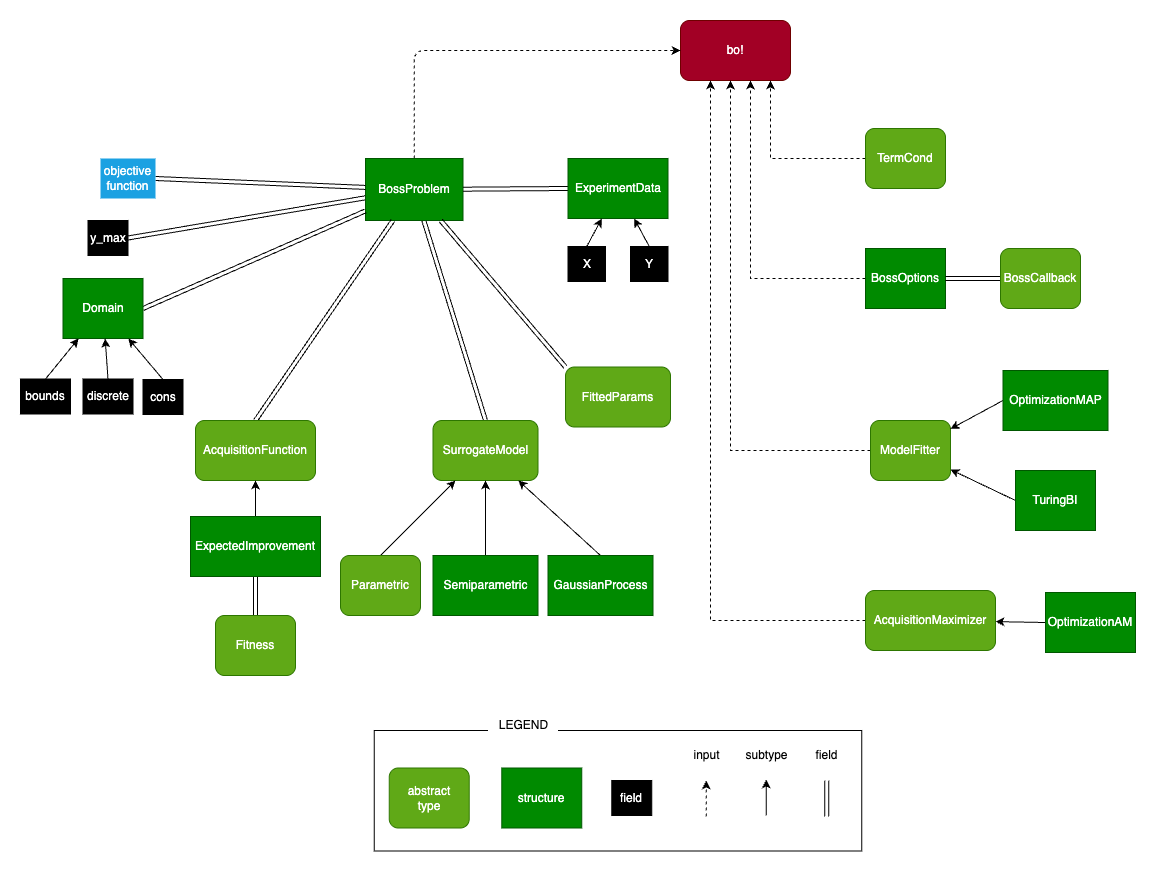
The draw.io diagram docs/src/img/boss_inputs.drawio.png in soldasim/BOSS.jl, before a commit. Source tidied: cells renumbered, new cells last; positions are measured from the earlier drawing's top-left corner, leaving out a move shared by most shapes.
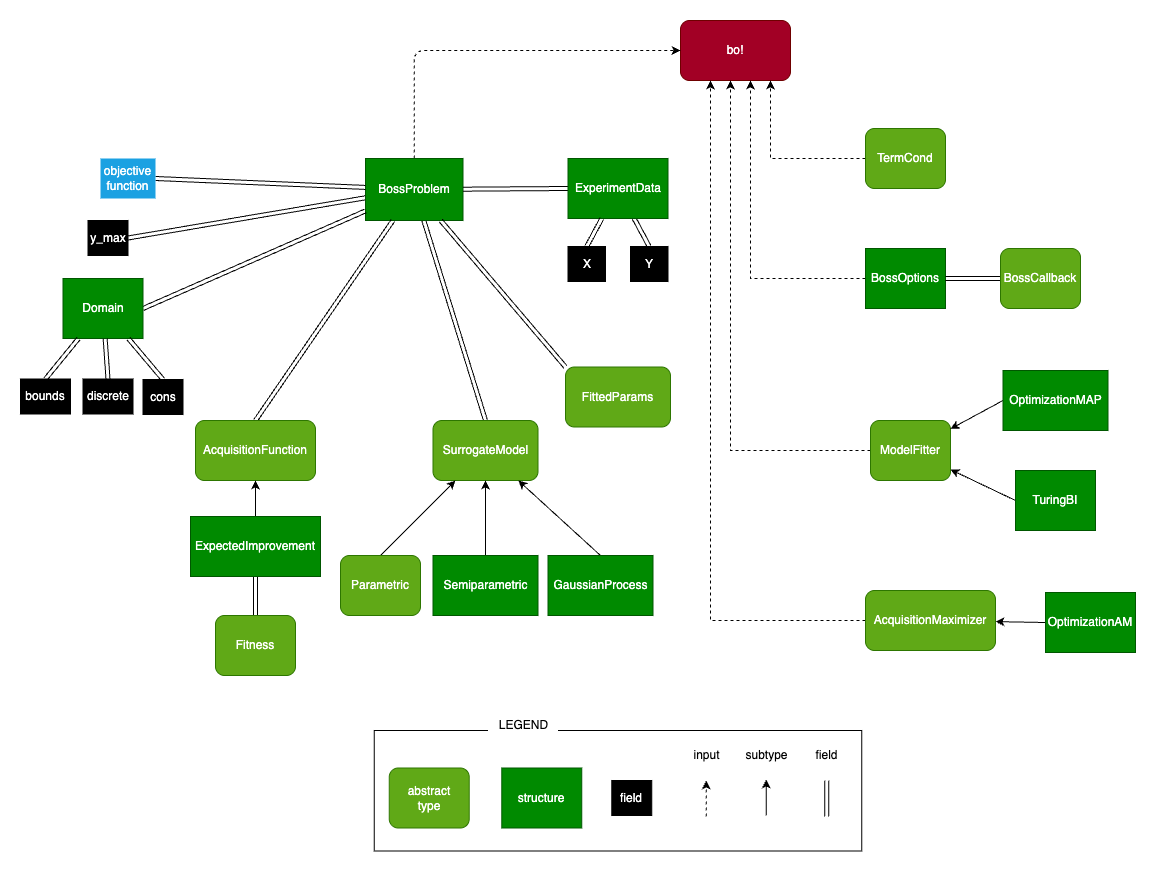
The same diagram one commit later.

Commit message:
fix docs input diagram

The edit, as a diff of the source:
```diff
@@ -73,7 +73,7 @@
     <mxCell id="22" value="TuringBI" style="rounded=0;whiteSpace=wrap;html=1;fillColor=#008a00;fontColor=#ffffff;strokeColor=#005700;" parent="1" vertex="1">
       <mxGeometry x="995" y="450" width="80" height="60" as="geometry" />
     </mxCell>
-    <mxCell id="23" style="rounded=0;jettySize=auto;html=1;exitX=0.5;exitY=0;exitDx=0;exitDy=0;" parent="1" edge="1" source="24" target="32">
+    <mxCell id="23" style="rounded=0;jettySize=auto;html=1;exitX=0.5;exitY=0;exitDx=0;exitDy=0;shape=link;" parent="1" edge="1" source="24" target="32">
       <mxGeometry relative="1" as="geometry" />
     </mxCell>
     <mxCell id="24" value="Y" style="rounded=0;whiteSpace=wrap;labelBackgroundColor=none;fontColor=#FFFFFF;fillStyle=solid;fillColor=#000000;" parent="1" vertex="1">
@@ -139,19 +139,19 @@
     <mxCell id="40" value="Domain" style="rounded=0;whiteSpace=wrap;html=1;fillColor=#008a00;fontColor=#ffffff;strokeColor=#005700;" parent="1" vertex="1">
       <mxGeometry x="42.5" y="258" width="80" height="60" as="geometry" />
     </mxCell>
-    <mxCell id="41" style="rounded=0;jettySize=auto;html=1;exitX=0.5;exitY=0;exitDx=0;exitDy=0;" parent="1" edge="1" source="42" target="40">
+    <mxCell id="41" style="rounded=0;jettySize=auto;html=1;exitX=0.5;exitY=0;exitDx=0;exitDy=0;shape=link;" parent="1" edge="1" source="42" target="40">
       <mxGeometry relative="1" as="geometry" />
     </mxCell>
     <mxCell id="42" value="bounds" style="rounded=0;whiteSpace=wrap;labelBackgroundColor=none;fontColor=#FFFFFF;fillStyle=solid;fillColor=#000000;" parent="1" vertex="1">
       <mxGeometry y="358.5" width="50" height="35" as="geometry" />
     </mxCell>
-    <mxCell id="43" style="rounded=0;jettySize=auto;html=1;exitX=0.5;exitY=0;exitDx=0;exitDy=0;" parent="1" edge="1" source="44" target="40">
+    <mxCell id="43" style="rounded=0;jettySize=auto;html=1;exitX=0.5;exitY=0;exitDx=0;exitDy=0;shape=link;" parent="1" edge="1" source="44" target="40">
       <mxGeometry relative="1" as="geometry" />
     </mxCell>
     <mxCell id="44" value="discrete" style="rounded=0;whiteSpace=wrap;labelBackgroundColor=none;fontColor=#FFFFFF;fillStyle=solid;fillColor=#000000;" parent="1" vertex="1">
       <mxGeometry x="62.5" y="358.5" width="50" height="35" as="geometry" />
     </mxCell>
-    <mxCell id="45" style="rounded=0;jettySize=auto;html=1;exitX=0.5;exitY=0;exitDx=0;exitDy=0;" parent="1" edge="1" source="46" target="40">
+    <mxCell id="45" style="rounded=0;jettySize=auto;html=1;exitX=0.5;exitY=0;exitDx=0;exitDy=0;shape=link;" parent="1" edge="1" source="46" target="40">
       <mxGeometry relative="1" as="geometry" />
     </mxCell>
     <mxCell id="46" value="cons" style="rounded=0;whiteSpace=wrap;labelBackgroundColor=none;fontColor=#FFFFFF;fillStyle=solid;fillColor=#000000;" parent="1" vertex="1">
@@ -184,7 +184,7 @@
     <mxCell id="55" value="LEGEND" style="text;html=1;align=center;verticalAlign=middle;strokeColor=none;fillColor=default;" parent="1" vertex="1">
       <mxGeometry x="467.5" y="690" width="70" height="30" as="geometry" />
     </mxCell>
-    <mxCell id="56" style="rounded=0;jettySize=auto;html=1;exitX=0.5;exitY=0;exitDx=0;exitDy=0;" parent="1" edge="1" source="57" target="32">
+    <mxCell id="56" style="rounded=0;jettySize=auto;html=1;exitX=0.5;exitY=0;exitDx=0;exitDy=0;shape=link;" parent="1" edge="1" source="57" target="32">
       <mxGeometry relative="1" as="geometry" />
     </mxCell>
     <mxCell id="57" value="X" style="rounded=0;whiteSpace=wrap;labelBackgroundColor=none;fontColor=#FFFFFF;fillStyle=solid;fillColor=#000000;" parent="1" vertex="1">
```
